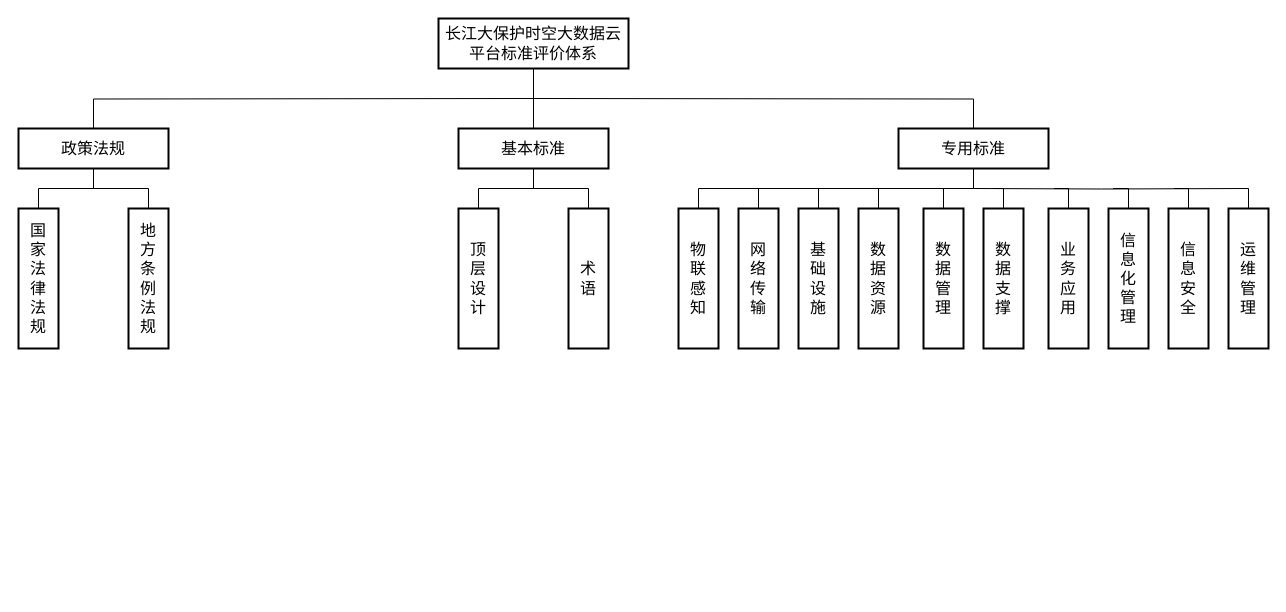
Before: file/ansi-fw.drawio in DORcode/admin-demo, a draw.io diagram. Source tidied: cells renumbered, new cells numbered last; positions are measured from the earlier drawing's top-left corner, leaving out a move shared by most shapes. Both pictures are drawn from the tidied source at 100%, with x=0, y=0 at pixel (18, 18).
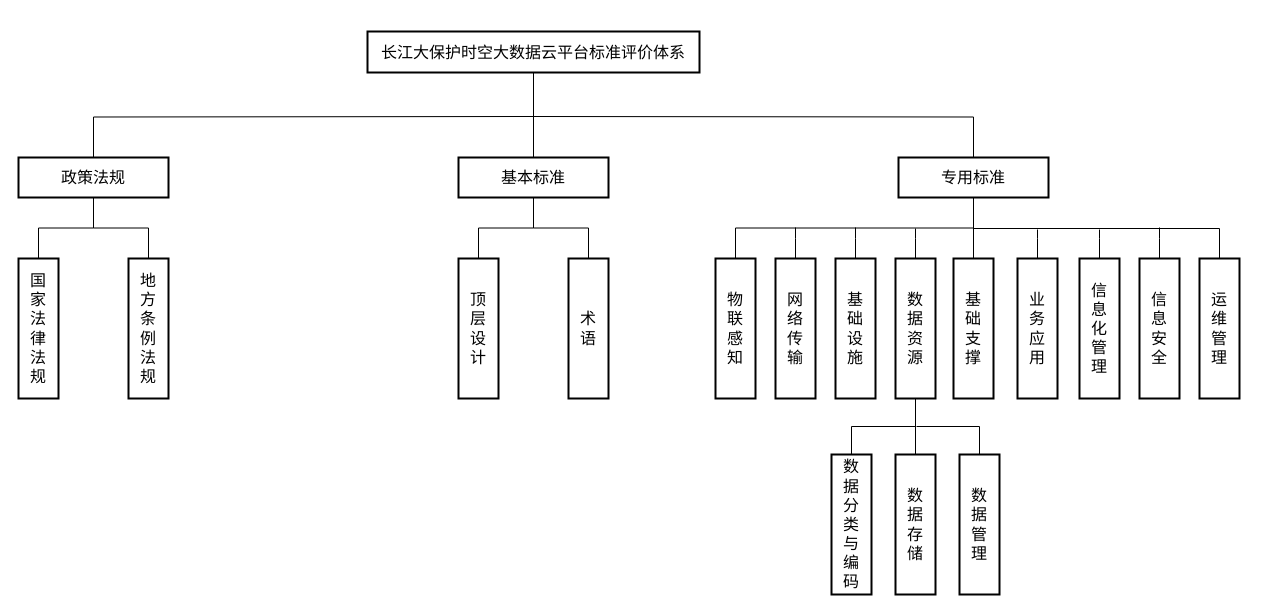
Above is the later version.

Change to the diagram source:
```diff
@@
     <mxCell id="3" style="edgeStyle=orthogonalEdgeStyle;rounded=0;jettySize=auto;html=1;entryX=0.5;entryY=0;entryDx=0;entryDy=0;endArrow=none;endFill=0;fontFamily=宋体;" parent="1" edge="1" target="8">
       <mxGeometry relative="1" as="geometry">
-        <mxPoint x="515" y="80" as="sourcePoint" />
+        <mxPoint x="515" y="98" as="sourcePoint" />
       </mxGeometry>
     </mxCell>
     <mxCell id="4" style="edgeStyle=orthogonalEdgeStyle;rounded=0;jettySize=auto;html=1;entryX=0.5;entryY=0;entryDx=0;entryDy=0;endArrow=none;endFill=0;fontFamily=宋体;" parent="1" edge="1" target="15">
       <mxGeometry relative="1" as="geometry">
-        <mxPoint x="515" y="80" as="sourcePoint" />
+        <mxPoint x="515" y="98" as="sourcePoint" />
       </mxGeometry>
     </mxCell>
     <mxCell id="5" value="长江大保护时空大数据云平台标准评价体系" style="rounded=0;whiteSpace=wrap;html=1;fontSize=16;fontFamily=宋体;strokeWidth=2;" parent="1" vertex="1">
-      <mxGeometry x="420" width="190" height="50" as="geometry" />
+      <mxGeometry x="349" y="13" width="332" height="41" as="geometry" />
     </mxCell>
@@
     <mxCell id="8" value="政策法规" style="rounded=0;whiteSpace=wrap;html=1;fontSize=16;fontFamily=宋体;strokeWidth=2;" parent="1" vertex="1">
-      <mxGeometry y="110" width="150" height="40" as="geometry" />
+      <mxGeometry y="139" width="150" height="40" as="geometry" />
     </mxCell>
@@
     <mxCell id="11" value="基本标准" style="rounded=0;whiteSpace=wrap;html=1;fontSize=16;fontFamily=宋体;strokeWidth=2;" parent="1" vertex="1">
-      <mxGeometry x="440" y="110" width="150" height="40" as="geometry" />
+      <mxGeometry x="440" y="139" width="150" height="40" as="geometry" />
     </mxCell>
-    <mxCell id="12" style="edgeStyle=orthogonalEdgeStyle;rounded=0;jettySize=auto;html=1;entryX=0.5;entryY=0;entryDx=0;entryDy=0;endArrow=none;endFill=0;exitX=0.5;exitY=1;exitDx=0;exitDy=0;" parent="1" edge="1" source="15" target="20">
-      <mxGeometry relative="1" as="geometry" />
-    </mxCell>
-    <mxCell id="13" style="edgeStyle=orthogonalEdgeStyle;rounded=0;jettySize=auto;html=1;entryX=0.5;entryY=0;entryDx=0;entryDy=0;endArrow=none;endFill=0;" parent="1" edge="1" target="21">
-      <mxGeometry relative="1" as="geometry">
-        <mxPoint x="767" y="170" as="sourcePoint" />
-      </mxGeometry>
-    </mxCell>
-    <mxCell id="14" style="edgeStyle=orthogonalEdgeStyle;rounded=0;jettySize=auto;html=1;entryX=0.5;entryY=0;entryDx=0;entryDy=0;endArrow=none;endFill=0;" parent="1" edge="1" target="36">
-      <mxGeometry relative="1" as="geometry">
-        <mxPoint x="955" y="170" as="sourcePoint" />
-      </mxGeometry>
-    </mxCell>
     <mxCell id="15" value="专用标准" style="rounded=0;whiteSpace=wrap;html=1;fontSize=16;fontFamily=宋体;strokeWidth=2;" parent="1" vertex="1">
-      <mxGeometry x="880" y="110" width="150" height="40" as="geometry" />
+      <mxGeometry x="880" y="139" width="150" height="40" as="geometry" />
     </mxCell>
     <mxCell id="16" value="国&lt;br&gt;家&lt;br&gt;法&lt;br&gt;律&lt;br&gt;法&lt;br&gt;规" style="rounded=0;whiteSpace=wrap;html=1;fontSize=16;fontFamily=宋体;strokeWidth=2;rotation=0;verticalAlign=middle;labelPosition=center;verticalLabelPosition=middle;align=center;" parent="1" vertex="1">
-      <mxGeometry y="190" width="40" height="140" as="geometry" />
+      <mxGeometry y="240" width="40" height="140" as="geometry" />
     </mxCell>
     <mxCell id="17" value="地&lt;br&gt;方&lt;br&gt;条&lt;br&gt;例&lt;br&gt;法&lt;br&gt;规" style="rounded=0;whiteSpace=wrap;html=1;fontSize=16;fontFamily=宋体;strokeWidth=2;rotation=0;verticalAlign=middle;labelPosition=center;verticalLabelPosition=middle;align=center;" parent="1" vertex="1">
-      <mxGeometry x="110" y="190" width="40" height="140" as="geometry" />
+      <mxGeometry x="110" y="240" width="40" height="140" as="geometry" />
     </mxCell>
     <mxCell id="18" value="顶&lt;br&gt;层&lt;br&gt;设&lt;br&gt;计" style="rounded=0;whiteSpace=wrap;html=1;fontSize=16;fontFamily=宋体;strokeWidth=2;rotation=0;verticalAlign=middle;labelPosition=center;verticalLabelPosition=middle;align=center;" parent="1" vertex="1">
-      <mxGeometry x="440" y="190" width="40" height="140" as="geometry" />
+      <mxGeometry x="440" y="240" width="40" height="140" as="geometry" />
     </mxCell>
     <mxCell id="19" value="术&lt;br&gt;语" style="rounded=0;whiteSpace=wrap;html=1;fontSize=16;fontFamily=宋体;strokeWidth=2;rotation=0;verticalAlign=middle;labelPosition=center;verticalLabelPosition=middle;align=center;" parent="1" vertex="1">
-      <mxGeometry x="550" y="190" width="40" height="140" as="geometry" />
+      <mxGeometry x="550" y="240" width="40" height="140" as="geometry" />
     </mxCell>
+    <mxCell id="37" style="edgeStyle=orthogonalEdgeStyle;rounded=0;jettySize=auto;html=1;entryX=0.5;entryY=1;entryDx=0;entryDy=0;endArrow=none;endFill=0;fontSize=16;exitX=0.5;exitY=0;exitDx=0;exitDy=0;" parent="1" edge="1" source="20" target="15">
+      <mxGeometry relative="1" as="geometry" />
+    </mxCell>
     <mxCell id="20" value="物&lt;br&gt;联&lt;br&gt;感&lt;br&gt;知" style="rounded=0;whiteSpace=wrap;html=1;fontSize=16;fontFamily=宋体;strokeWidth=2;rotation=0;verticalAlign=middle;labelPosition=center;verticalLabelPosition=middle;align=center;" parent="1" vertex="1">
-      <mxGeometry x="660" y="190" width="40" height="140" as="geometry" />
+      <mxGeometry x="697" y="240" width="40" height="140" as="geometry" />
     </mxCell>
+    <mxCell id="38" style="edgeStyle=orthogonalEdgeStyle;rounded=0;jettySize=auto;html=1;endArrow=none;endFill=0;fontSize=16;" parent="1" edge="1" source="21">
+      <mxGeometry relative="1" as="geometry">
+        <mxPoint x="777" y="209" as="targetPoint" />
+      </mxGeometry>
+    </mxCell>
     <mxCell id="21" value="网&lt;br&gt;络&lt;br&gt;传&lt;br&gt;输" style="rounded=0;whiteSpace=wrap;html=1;fontSize=16;fontFamily=宋体;strokeWidth=2;rotation=0;verticalAlign=middle;labelPosition=center;verticalLabelPosition=middle;align=center;" parent="1" vertex="1">
-      <mxGeometry x="720" y="190" width="40" height="140" as="geometry" />
+      <mxGeometry x="757" y="240" width="40" height="140" as="geometry" />
     </mxCell>
-    <mxCell id="22" style="edgeStyle=orthogonalEdgeStyle;rounded=0;jettySize=auto;html=1;endArrow=none;endFill=0;" parent="1" edge="1" source="23">
-      <mxGeometry relative="1" as="geometry">
-        <mxPoint x="809" y="170" as="targetPoint" />
-      </mxGeometry>
-    </mxCell>
+    <mxCell id="39" style="edgeStyle=orthogonalEdgeStyle;rounded=0;jettySize=auto;html=1;endArrow=none;endFill=0;fontSize=16;" parent="1" edge="1" source="23">
+      <mxGeometry relative="1" as="geometry">
+        <mxPoint x="837" y="209" as="targetPoint" />
+      </mxGeometry>
+    </mxCell>
     <mxCell id="23" value="基&lt;br&gt;础&lt;br&gt;设&lt;br&gt;施" style="rounded=0;whiteSpace=wrap;html=1;fontSize=16;fontFamily=宋体;strokeWidth=2;rotation=0;verticalAlign=middle;labelPosition=center;verticalLabelPosition=middle;align=center;" parent="1" vertex="1">
-      <mxGeometry x="780" y="190" width="40" height="140" as="geometry" />
+      <mxGeometry x="817" y="240" width="40" height="140" as="geometry" />
     </mxCell>
-    <mxCell id="24" style="edgeStyle=orthogonalEdgeStyle;rounded=0;jettySize=auto;html=1;endArrow=none;endFill=0;" parent="1" edge="1" source="25">
-      <mxGeometry relative="1" as="geometry">
-        <mxPoint x="872" y="170" as="targetPoint" />
-      </mxGeometry>
-    </mxCell>
+    <mxCell id="40" style="edgeStyle=orthogonalEdgeStyle;rounded=0;jettySize=auto;html=1;endArrow=none;endFill=0;fontSize=16;" parent="1" edge="1" source="25">
+      <mxGeometry relative="1" as="geometry">
+        <mxPoint x="897" y="210" as="targetPoint" />
+      </mxGeometry>
+    </mxCell>
     <mxCell id="25" value="数&lt;br&gt;据&lt;br&gt;资&lt;br&gt;源" style="rounded=0;whiteSpace=wrap;html=1;fontSize=16;fontFamily=宋体;strokeWidth=2;rotation=0;verticalAlign=middle;labelPosition=center;verticalLabelPosition=middle;align=center;" parent="1" vertex="1">
-      <mxGeometry x="840" y="190" width="40" height="140" as="geometry" />
+      <mxGeometry x="877" y="240" width="40" height="140" as="geometry" />
     </mxCell>
-    <mxCell id="26" style="edgeStyle=orthogonalEdgeStyle;rounded=0;jettySize=auto;html=1;endArrow=none;endFill=0;" parent="1" edge="1" source="27">
-      <mxGeometry relative="1" as="geometry">
-        <mxPoint x="934" y="170" as="targetPoint" />
-      </mxGeometry>
-    </mxCell>
+    <mxCell id="41" style="edgeStyle=orthogonalEdgeStyle;rounded=0;jettySize=auto;html=1;entryX=0.5;entryY=1;entryDx=0;entryDy=0;endArrow=none;endFill=0;fontSize=16;" parent="1" edge="1" source="29" target="15">
+      <mxGeometry relative="1" as="geometry" />
+    </mxCell>
+    <mxCell id="29" value="基&lt;br&gt;础&lt;br&gt;支&lt;br&gt;撑" style="rounded=0;whiteSpace=wrap;html=1;fontSize=16;fontFamily=宋体;strokeWidth=2;rotation=0;verticalAlign=middle;labelPosition=center;verticalLabelPosition=middle;align=center;" parent="1" vertex="1">
+      <mxGeometry x="935" y="240" width="40" height="140" as="geometry" />
+    </mxCell>
+    <mxCell id="42" style="edgeStyle=orthogonalEdgeStyle;rounded=0;jettySize=auto;html=1;endArrow=none;endFill=0;fontSize=16;" parent="1" edge="1" source="31">
+      <mxGeometry relative="1" as="geometry">
+        <mxPoint x="1019" y="211" as="targetPoint" />
+      </mxGeometry>
+    </mxCell>
+    <mxCell id="31" value="业&lt;br&gt;务&lt;br&gt;应&lt;br&gt;用" style="rounded=0;whiteSpace=wrap;html=1;fontSize=16;fontFamily=宋体;strokeWidth=2;rotation=0;verticalAlign=middle;labelPosition=center;verticalLabelPosition=middle;align=center;" parent="1" vertex="1">
+      <mxGeometry x="999" y="240" width="40" height="140" as="geometry" />
+    </mxCell>
+    <mxCell id="43" style="edgeStyle=orthogonalEdgeStyle;rounded=0;jettySize=auto;html=1;endArrow=none;endFill=0;fontSize=16;" parent="1" edge="1" source="33">
+      <mxGeometry relative="1" as="geometry">
+        <mxPoint x="1081" y="211" as="targetPoint" />
+      </mxGeometry>
+    </mxCell>
+    <mxCell id="33" value="信&lt;br&gt;息&lt;br&gt;化&lt;br&gt;管&lt;br&gt;理" style="rounded=0;whiteSpace=wrap;html=1;fontSize=16;fontFamily=宋体;strokeWidth=2;rotation=0;verticalAlign=middle;labelPosition=center;verticalLabelPosition=middle;align=center;" parent="1" vertex="1">
+      <mxGeometry x="1061" y="240" width="40" height="140" as="geometry" />
+    </mxCell>
+    <mxCell id="44" style="edgeStyle=orthogonalEdgeStyle;rounded=0;jettySize=auto;html=1;endArrow=none;endFill=0;fontSize=16;" parent="1" edge="1" source="35">
+      <mxGeometry relative="1" as="geometry">
+        <mxPoint x="1141" y="209" as="targetPoint" />
+      </mxGeometry>
+    </mxCell>
+    <mxCell id="35" value="信&lt;br&gt;息&lt;br&gt;安&lt;br&gt;全" style="rounded=0;whiteSpace=wrap;html=1;fontSize=16;fontFamily=宋体;strokeWidth=2;rotation=0;verticalAlign=middle;labelPosition=center;verticalLabelPosition=middle;align=center;" parent="1" vertex="1">
+      <mxGeometry x="1121" y="240" width="40" height="140" as="geometry" />
+    </mxCell>
+    <mxCell id="45" style="edgeStyle=orthogonalEdgeStyle;rounded=0;jettySize=auto;html=1;endArrow=none;endFill=0;fontSize=16;" parent="1" edge="1" source="36">
+      <mxGeometry relative="1" as="geometry">
+        <mxPoint x="955" y="180" as="targetPoint" />
+        <Array as="points">
+          <mxPoint x="1201" y="210" />
+          <mxPoint x="955" y="210" />
+        </Array>
+      </mxGeometry>
+    </mxCell>
+    <mxCell id="36" value="运&lt;br&gt;维&lt;br&gt;管&lt;br&gt;理" style="rounded=0;whiteSpace=wrap;html=1;fontSize=16;fontFamily=宋体;strokeWidth=2;rotation=0;verticalAlign=middle;labelPosition=center;verticalLabelPosition=middle;align=center;" parent="1" vertex="1">
+      <mxGeometry x="1181" y="240" width="40" height="140" as="geometry" />
+    </mxCell>
+    <mxCell id="46" style="edgeStyle=orthogonalEdgeStyle;rounded=0;jettySize=auto;html=1;entryX=0.5;entryY=1;entryDx=0;entryDy=0;endArrow=none;endFill=0;fontSize=16;exitX=0.5;exitY=0;exitDx=0;exitDy=0;" parent="1" edge="1" source="47" target="25">
+      <mxGeometry relative="1" as="geometry" />
+    </mxCell>
+    <mxCell id="47" value="数&lt;br&gt;据&lt;br&gt;分&lt;br&gt;类&lt;br&gt;与&lt;br&gt;编&lt;br&gt;码" style="rounded=0;whiteSpace=wrap;html=1;fontSize=16;fontFamily=宋体;strokeWidth=2;rotation=0;verticalAlign=middle;labelPosition=center;verticalLabelPosition=middle;align=center;" parent="1" vertex="1">
+      <mxGeometry x="813" y="436" width="40" height="140" as="geometry" />
+    </mxCell>
+    <mxCell id="48" style="edgeStyle=orthogonalEdgeStyle;rounded=0;jettySize=auto;html=1;endArrow=none;endFill=0;fontSize=16;" parent="1" edge="1" source="49">
+      <mxGeometry relative="1" as="geometry">
+        <mxPoint x="897" y="380" as="targetPoint" />
+      </mxGeometry>
+    </mxCell>
+    <mxCell id="49" value="数&lt;br&gt;据&lt;br&gt;存&lt;br&gt;储" style="rounded=0;whiteSpace=wrap;html=1;fontSize=16;fontFamily=宋体;strokeWidth=2;rotation=0;verticalAlign=middle;labelPosition=center;verticalLabelPosition=middle;align=center;" parent="1" vertex="1">
+      <mxGeometry x="877" y="436" width="40" height="140" as="geometry" />
+    </mxCell>
+    <mxCell id="50" style="edgeStyle=orthogonalEdgeStyle;rounded=0;jettySize=auto;html=1;endArrow=none;endFill=0;fontSize=16;exitX=0.5;exitY=0;exitDx=0;exitDy=0;" parent="1" edge="1" source="27">
+      <mxGeometry relative="1" as="geometry">
+        <mxPoint x="898" y="408" as="targetPoint" />
+        <Array as="points">
+          <mxPoint x="961" y="408" />
+        </Array>
+      </mxGeometry>
+    </mxCell>
     <mxCell id="27" value="数&lt;br&gt;据&lt;br&gt;管&lt;br&gt;理" style="rounded=0;whiteSpace=wrap;html=1;fontSize=16;fontFamily=宋体;strokeWidth=2;rotation=0;verticalAlign=middle;labelPosition=center;verticalLabelPosition=middle;align=center;" parent="1" vertex="1">
-      <mxGeometry x="905" y="190" width="40" height="140" as="geometry" />
+      <mxGeometry x="941" y="436" width="40" height="140" as="geometry" />
     </mxCell>
-    <mxCell id="28" style="edgeStyle=orthogonalEdgeStyle;rounded=0;jettySize=auto;html=1;endArrow=none;endFill=0;" parent="1" edge="1" source="29">
-      <mxGeometry relative="1" as="geometry">
-        <mxPoint x="974" y="170" as="targetPoint" />
-      </mxGeometry>
-    </mxCell>
-    <mxCell id="29" value="数&lt;br&gt;据&lt;br&gt;支&lt;br&gt;撑" style="rounded=0;whiteSpace=wrap;html=1;fontSize=16;fontFamily=宋体;strokeWidth=2;rotation=0;verticalAlign=middle;labelPosition=center;verticalLabelPosition=middle;align=center;" parent="1" vertex="1">
-      <mxGeometry x="965" y="190" width="40" height="140" as="geometry" />
-    </mxCell>
-    <mxCell id="30" style="edgeStyle=orthogonalEdgeStyle;rounded=0;jettySize=auto;html=1;endArrow=none;endFill=0;" parent="1" edge="1" source="31">
-      <mxGeometry relative="1" as="geometry">
-        <mxPoint x="1035" y="170" as="targetPoint" />
-      </mxGeometry>
-    </mxCell>
-    <mxCell id="31" value="业&lt;br&gt;务&lt;br&gt;应&lt;br&gt;用" style="rounded=0;whiteSpace=wrap;html=1;fontSize=16;fontFamily=宋体;strokeWidth=2;rotation=0;verticalAlign=middle;labelPosition=center;verticalLabelPosition=middle;align=center;" parent="1" vertex="1">
-      <mxGeometry x="1030" y="190" width="40" height="140" as="geometry" />
-    </mxCell>
-    <mxCell id="32" style="edgeStyle=orthogonalEdgeStyle;rounded=0;jettySize=auto;html=1;endArrow=none;endFill=0;" parent="1" edge="1" source="33">
-      <mxGeometry relative="1" as="geometry">
-        <mxPoint x="1094" y="170" as="targetPoint" />
-      </mxGeometry>
-    </mxCell>
-    <mxCell id="33" value="信&lt;br&gt;息&lt;br&gt;化&lt;br&gt;管&lt;br&gt;理" style="rounded=0;whiteSpace=wrap;html=1;fontSize=16;fontFamily=宋体;strokeWidth=2;rotation=0;verticalAlign=middle;labelPosition=center;verticalLabelPosition=middle;align=center;" parent="1" vertex="1">
-      <mxGeometry x="1090" y="190" width="40" height="140" as="geometry" />
-    </mxCell>
-    <mxCell id="34" style="edgeStyle=orthogonalEdgeStyle;rounded=0;jettySize=auto;html=1;endArrow=none;endFill=0;" parent="1" edge="1" source="35">
-      <mxGeometry relative="1" as="geometry">
-        <mxPoint x="1155" y="170" as="targetPoint" />
-      </mxGeometry>
-    </mxCell>
-    <mxCell id="35" value="信&lt;br&gt;息&lt;br&gt;安&lt;br&gt;全" style="rounded=0;whiteSpace=wrap;html=1;fontSize=16;fontFamily=宋体;strokeWidth=2;rotation=0;verticalAlign=middle;labelPosition=center;verticalLabelPosition=middle;align=center;" parent="1" vertex="1">
-      <mxGeometry x="1150" y="190" width="40" height="140" as="geometry" />
-    </mxCell>
-    <mxCell id="36" value="运&lt;br&gt;维&lt;br&gt;管&lt;br&gt;理" style="rounded=0;whiteSpace=wrap;html=1;fontSize=16;fontFamily=宋体;strokeWidth=2;rotation=0;verticalAlign=middle;labelPosition=center;verticalLabelPosition=middle;align=center;" parent="1" vertex="1">
-      <mxGeometry x="1210" y="190" width="40" height="140" as="geometry" />
-    </mxCell>
```
